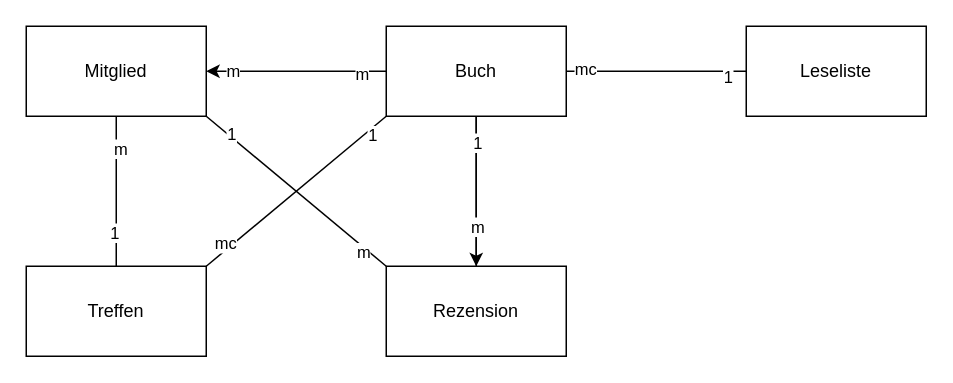
ElmarKessler/m165_elmarkessler keeps this draw.io diagram as KN02/Untitled Diagram.drawio. Above is the earlier version. Source tidied: cells renumbered, new cells numbered last; positions are measured from the earlier drawing's top-left corner, leaving out a move shared by most shapes. Both pictures are drawn from the tidied source at 150%, with x=0, y=0 at pixel (26, 26).
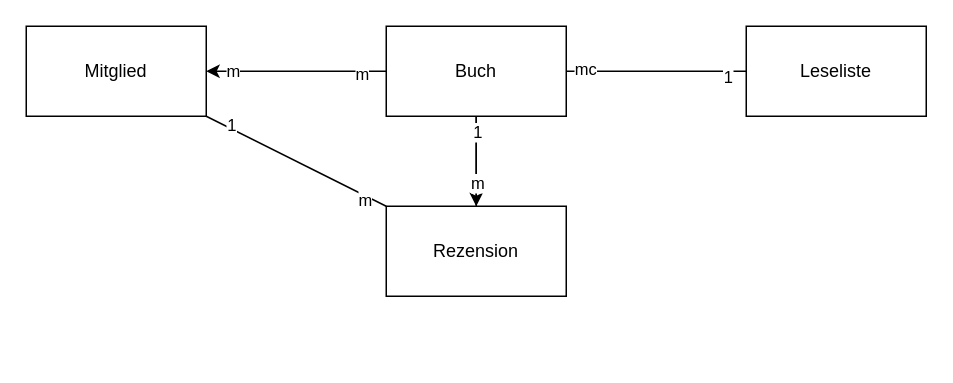
After the change.

The change refers to these unchanged cells:
```xml
<mxCell id="2" value="Mitglied" style="rounded=0;whiteSpace=wrap;html=1;" parent="1" vertex="1">
  <mxGeometry width="120" height="60" as="geometry" />
</mxCell>
<mxCell id="7" value="Buch" style="rounded=0;whiteSpace=wrap;html=1;" parent="1" vertex="1">
  <mxGeometry x="240" width="120" height="60" as="geometry" />
</mxCell>
```

What changed in the source:
```diff
@@
-    <mxCell id="8" value="Treffen" style="rounded=0;whiteSpace=wrap;html=1;" parent="1" vertex="1">
-      <mxGeometry y="160" width="120" height="60" as="geometry" />
-    </mxCell>
     <mxCell id="9" value="Rezension" style="rounded=0;whiteSpace=wrap;html=1;" parent="1" vertex="1">
-      <mxGeometry x="240" y="160" width="120" height="60" as="geometry" />
+      <mxGeometry x="240" y="120" width="120" height="60" as="geometry" />
     </mxCell>
@@
-    <mxCell id="11" style="endArrow=none;html=1;rounded=0;exitX=0.5;exitY=1;exitDx=0;exitDy=0;entryX=0.5;entryY=0;entryDx=0;entryDy=0;" parent="1" edge="1" source="2" target="8">
-      <mxGeometry relative="1" as="geometry" />
-    </mxCell>
-    <mxCell id="12" value="m" style="edgeLabel;html=1;align=center;verticalAlign=middle;" parent="11" vertex="1">
-      <mxGeometry x="-0.49" y="2" relative="1" as="geometry">
-        <mxPoint y="-5" as="offset" />
-      </mxGeometry>
-    </mxCell>
-    <mxCell id="13" value="1" style="edgeLabel;html=1;align=center;verticalAlign=middle;" parent="11" vertex="1">
-      <mxGeometry x="0.54" y="-2" relative="1" as="geometry" />
-    </mxCell>
@@
-    <mxCell id="20" style="endArrow=none;html=1;rounded=0;entryX=0;entryY=1;entryDx=0;entryDy=0;" parent="1" edge="1" target="7">
-      <mxGeometry relative="1" as="geometry">
-        <mxPoint x="120" y="160" as="sourcePoint" />
-      </mxGeometry>
-    </mxCell>
-    <mxCell id="21" value="mc" style="edgeLabel;html=1;align=center;verticalAlign=middle;" parent="20" vertex="1">
-      <mxGeometry x="-0.74" y="4" relative="1" as="geometry" />
-    </mxCell>
-    <mxCell id="22" value="1" style="edgeLabel;html=1;align=center;verticalAlign=middle;" parent="20" vertex="1">
-      <mxGeometry x="0.81" y="-4" relative="1" as="geometry" />
-    </mxCell>
```
